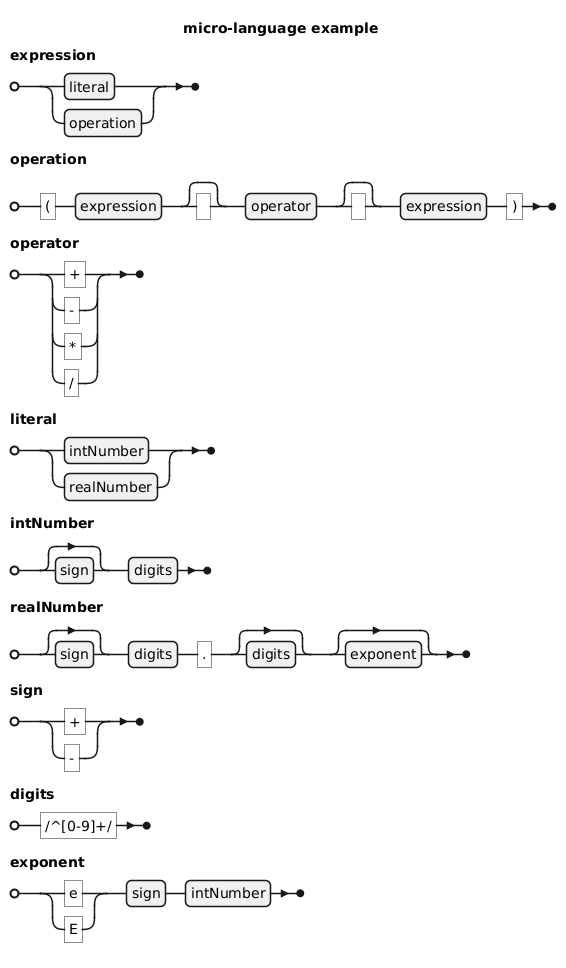
This is docs/lang-syntax.png from tombenke/gocalc, a PlantUML export, as it was before one commit.
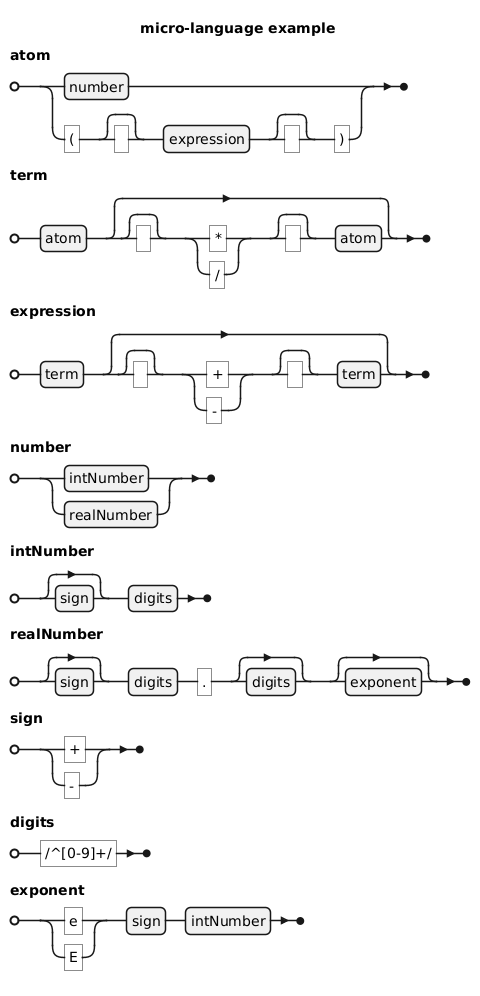
The same file after the commit.

What changed in the source:
```diff
@@ -1,13 +1,13 @@
 @startebnf
 title micro-language example
 
-expression = literal | operation;
+atom = number | '(', [' '], expression, [' '], ')';
 
-operation = '(', expression, [' '], operator, [' '], expression, ')';
+term = atom, [[' '], ('*' | '/'), [' '], atom];
 
-operator = '+' | '-' | '*' | '/';
+expression = term, [[' '], ('+' | '-'), [' '], term];
 
-literal = intNumber | realNumber;
+number = intNumber | realNumber;
 
 intNumber = [sign], digits;
 
```
